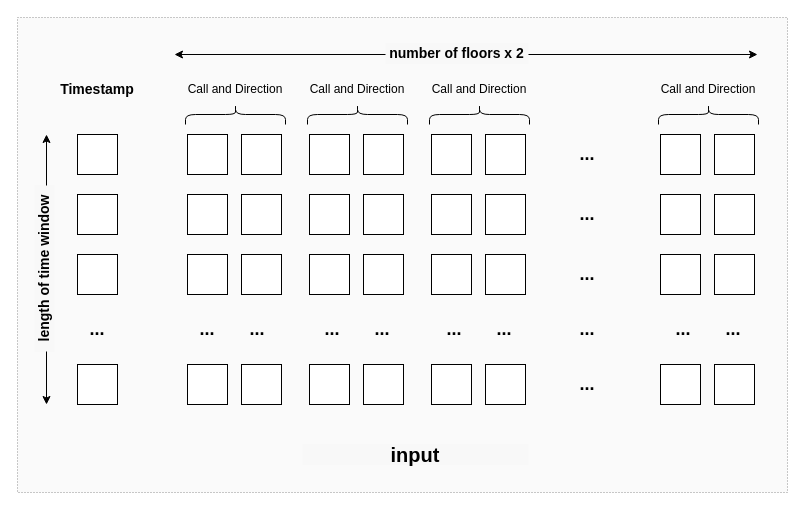
Before: page "第 1 页" (1 of 2) of input.drawio in yeeislazy/TCN_based_predictive_idle_elevator_reposition_system, a draw.io diagram. Source tidied: cells renumbered, new cells numbered last; positions are measured from the earlier drawing's top-left corner, leaving out a move shared by most shapes. Both pictures are drawn from the tidied source at 100%, with x=0, y=0 at pixel (-39, 17).
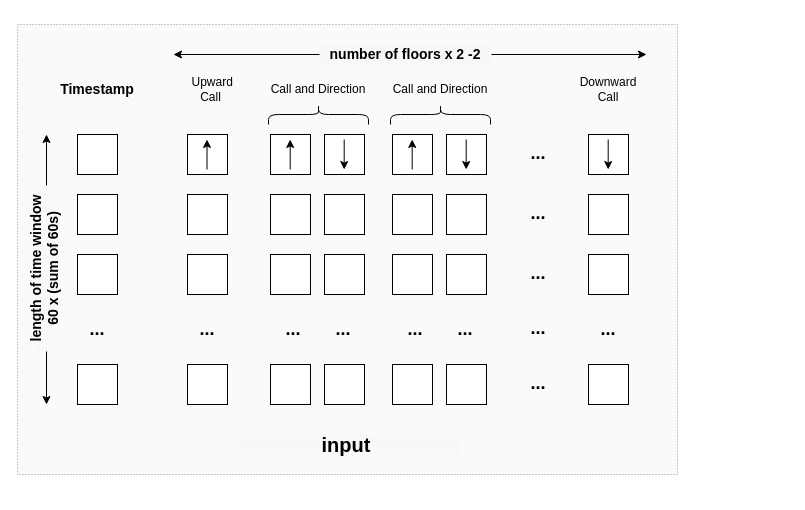
The same diagram, later.

What changed in the source:
```diff
@@
     <mxCell id="2" style="rounded=0;whiteSpace=wrap;html=1;fillColor=light-dark(#f8f8f8, #ededed);fontColor=#333333;strokeColor=#666666;dashed=1;dashPattern=1 2;opacity=70;" parent="1" vertex="1">
-      <mxGeometry x="56" width="770" height="475" as="geometry" />
+      <mxGeometry x="56" y="7" width="660" height="450" as="geometry" />
     </mxCell>
@@
-    <mxCell id="5" style="whiteSpace=wrap;html=1;" parent="1" vertex="1">
-      <mxGeometry x="280" y="117" width="40" height="40" as="geometry" />
-    </mxCell>
-    <mxCell id="6" style="shape=curlyBracket;whiteSpace=wrap;html=1;rounded=1;labelPosition=left;verticalLabelPosition=middle;align=right;verticalAlign=middle;rotation=90;" parent="1" vertex="1">
-      <mxGeometry x="264" y="47" width="20" height="100" as="geometry" />
-    </mxCell>
-    <mxCell id="7" value="Call and Direction" style="text;html=1;whiteSpace=wrap;strokeColor=none;fillColor=none;align=center;verticalAlign=middle;rounded=0;" parent="1" vertex="1">
-      <mxGeometry x="213" y="57" width="122" height="30" as="geometry" />
+    <mxCell id="7" value="&amp;nbsp;Upward Call" style="text;html=1;whiteSpace=wrap;strokeColor=none;fillColor=none;align=center;verticalAlign=middle;rounded=0;" parent="1" vertex="1">
+      <mxGeometry x="223" y="57" width="53" height="30" as="geometry" />
     </mxCell>
     <mxCell id="8" style="whiteSpace=wrap;html=1;" parent="1" vertex="1">
-      <mxGeometry x="348" y="117" width="40" height="40" as="geometry" />
+      <mxGeometry x="309" y="117" width="40" height="40" as="geometry" />
     </mxCell>
     <mxCell id="9" style="whiteSpace=wrap;html=1;" parent="1" vertex="1">
-      <mxGeometry x="402" y="117" width="40" height="40" as="geometry" />
+      <mxGeometry x="363" y="117" width="40" height="40" as="geometry" />
     </mxCell>
     <mxCell id="10" style="shape=curlyBracket;whiteSpace=wrap;html=1;rounded=1;labelPosition=left;verticalLabelPosition=middle;align=right;verticalAlign=middle;rotation=90;" parent="1" vertex="1">
-      <mxGeometry x="386" y="47" width="20" height="100" as="geometry" />
+      <mxGeometry x="347" y="47" width="20" height="100" as="geometry" />
     </mxCell>
     <mxCell id="11" value="Call and Direction" style="text;html=1;whiteSpace=wrap;strokeColor=none;fillColor=none;align=center;verticalAlign=middle;rounded=0;" parent="1" vertex="1">
-      <mxGeometry x="335" y="57" width="122" height="30" as="geometry" />
+      <mxGeometry x="296" y="57" width="122" height="30" as="geometry" />
     </mxCell>
     <mxCell id="12" value="&lt;font style=&quot;font-size: 18px;&quot;&gt;...&lt;/font&gt;" style="text;html=1;whiteSpace=wrap;strokeColor=none;fillColor=none;align=center;verticalAlign=middle;rounded=0;fontStyle=1;" parent="1" vertex="1">
-      <mxGeometry x="596" y="122" width="60" height="30" as="geometry" />
+      <mxGeometry x="547" y="121" width="60" height="30" as="geometry" />
     </mxCell>
     <mxCell id="13" style="whiteSpace=wrap;html=1;" parent="1" vertex="1">
-      <mxGeometry x="699" y="117" width="40" height="40" as="geometry" />
+      <mxGeometry x="627" y="117" width="40" height="40" as="geometry" />
     </mxCell>
-    <mxCell id="14" style="whiteSpace=wrap;html=1;" parent="1" vertex="1">
-      <mxGeometry x="753" y="117" width="40" height="40" as="geometry" />
-    </mxCell>
-    <mxCell id="15" style="shape=curlyBracket;whiteSpace=wrap;html=1;rounded=1;labelPosition=left;verticalLabelPosition=middle;align=right;verticalAlign=middle;rotation=90;" parent="1" vertex="1">
-      <mxGeometry x="737" y="47" width="20" height="100" as="geometry" />
-    </mxCell>
-    <mxCell id="16" value="Call and Direction" style="text;html=1;whiteSpace=wrap;strokeColor=none;fillColor=none;align=center;verticalAlign=middle;rounded=0;" parent="1" vertex="1">
-      <mxGeometry x="686" y="57" width="122" height="30" as="geometry" />
+    <mxCell id="16" value="Downward Call" style="text;html=1;whiteSpace=wrap;strokeColor=none;fillColor=none;align=center;verticalAlign=middle;rounded=0;" parent="1" vertex="1">
+      <mxGeometry x="617" y="57" width="60" height="30" as="geometry" />
     </mxCell>
     <mxCell id="17" style="endArrow=classic;startArrow=classic;html=1;rounded=0;exitX=0;exitY=0;exitDx=0;exitDy=0;" parent="1" edge="1">
       <mxGeometry relative="1" as="geometry">
-        <mxPoint x="213" y="37" as="sourcePoint" />
-        <mxPoint x="796" y="37" as="targetPoint" />
+        <mxPoint x="212" y="37" as="sourcePoint" />
+        <mxPoint x="685" y="37" as="targetPoint" />
       </mxGeometry>
     </mxCell>
     <mxCell id="18" style="whiteSpace=wrap;html=1;" parent="1" vertex="1">
-      <mxGeometry x="470" y="117" width="40" height="40" as="geometry" />
+      <mxGeometry x="431" y="117" width="40" height="40" as="geometry" />
     </mxCell>
     <mxCell id="19" style="whiteSpace=wrap;html=1;" parent="1" vertex="1">
-      <mxGeometry x="524" y="117" width="40" height="40" as="geometry" />
+      <mxGeometry x="485" y="117" width="40" height="40" as="geometry" />
     </mxCell>
     <mxCell id="20" style="shape=curlyBracket;whiteSpace=wrap;html=1;rounded=1;labelPosition=left;verticalLabelPosition=middle;align=right;verticalAlign=middle;rotation=90;" parent="1" vertex="1">
-      <mxGeometry x="508" y="47" width="20" height="100" as="geometry" />
+      <mxGeometry x="469" y="47" width="20" height="100" as="geometry" />
     </mxCell>
     <mxCell id="21" value="Call and Direction" style="text;html=1;whiteSpace=wrap;strokeColor=none;fillColor=none;align=center;verticalAlign=middle;rounded=0;" parent="1" vertex="1">
-      <mxGeometry x="457" y="57" width="122" height="30" as="geometry" />
+      <mxGeometry x="418" y="57" width="122" height="30" as="geometry" />
     </mxCell>
@@
-    <mxCell id="24" style="whiteSpace=wrap;html=1;" parent="1" vertex="1">
-      <mxGeometry x="280" y="177" width="40" height="40" as="geometry" />
-    </mxCell>
     <mxCell id="25" style="whiteSpace=wrap;html=1;" parent="1" vertex="1">
-      <mxGeometry x="348" y="177" width="40" height="40" as="geometry" />
+      <mxGeometry x="309" y="177" width="40" height="40" as="geometry" />
     </mxCell>
     <mxCell id="26" style="whiteSpace=wrap;html=1;" parent="1" vertex="1">
-      <mxGeometry x="402" y="177" width="40" height="40" as="geometry" />
+      <mxGeometry x="363" y="177" width="40" height="40" as="geometry" />
     </mxCell>
     <mxCell id="27" value="&lt;font style=&quot;font-size: 18px;&quot;&gt;...&lt;/font&gt;" style="text;html=1;whiteSpace=wrap;strokeColor=none;fillColor=none;align=center;verticalAlign=middle;rounded=0;fontStyle=1;" parent="1" vertex="1">
-      <mxGeometry x="596" y="182" width="60" height="30" as="geometry" />
+      <mxGeometry x="547" y="181" width="60" height="30" as="geometry" />
     </mxCell>
     <mxCell id="28" style="whiteSpace=wrap;html=1;" parent="1" vertex="1">
-      <mxGeometry x="699" y="177" width="40" height="40" as="geometry" />
+      <mxGeometry x="627" y="177" width="40" height="40" as="geometry" />
     </mxCell>
-    <mxCell id="29" style="whiteSpace=wrap;html=1;" parent="1" vertex="1">
-      <mxGeometry x="753" y="177" width="40" height="40" as="geometry" />
-    </mxCell>
     <mxCell id="30" style="whiteSpace=wrap;html=1;" parent="1" vertex="1">
-      <mxGeometry x="470" y="177" width="40" height="40" as="geometry" />
+      <mxGeometry x="431" y="177" width="40" height="40" as="geometry" />
     </mxCell>
     <mxCell id="31" style="whiteSpace=wrap;html=1;" parent="1" vertex="1">
-      <mxGeometry x="524" y="177" width="40" height="40" as="geometry" />
+      <mxGeometry x="485" y="177" width="40" height="40" as="geometry" />
     </mxCell>
@@
-    <mxCell id="34" style="whiteSpace=wrap;html=1;" parent="1" vertex="1">
-      <mxGeometry x="280" y="237" width="40" height="40" as="geometry" />
-    </mxCell>
     <mxCell id="35" style="whiteSpace=wrap;html=1;" parent="1" vertex="1">
-      <mxGeometry x="348" y="237" width="40" height="40" as="geometry" />
+      <mxGeometry x="309" y="237" width="40" height="40" as="geometry" />
     </mxCell>
     <mxCell id="36" style="whiteSpace=wrap;html=1;" parent="1" vertex="1">
-      <mxGeometry x="402" y="237" width="40" height="40" as="geometry" />
+      <mxGeometry x="363" y="237" width="40" height="40" as="geometry" />
     </mxCell>
     <mxCell id="37" value="&lt;font style=&quot;font-size: 18px;&quot;&gt;...&lt;/font&gt;" style="text;html=1;whiteSpace=wrap;strokeColor=none;fillColor=none;align=center;verticalAlign=middle;rounded=0;fontStyle=1;" parent="1" vertex="1">
-      <mxGeometry x="596" y="242" width="60" height="30" as="geometry" />
+      <mxGeometry x="547" y="241" width="60" height="30" as="geometry" />
     </mxCell>
     <mxCell id="38" style="whiteSpace=wrap;html=1;" parent="1" vertex="1">
-      <mxGeometry x="699" y="237" width="40" height="40" as="geometry" />
+      <mxGeometry x="627" y="237" width="40" height="40" as="geometry" />
     </mxCell>
-    <mxCell id="39" style="whiteSpace=wrap;html=1;" parent="1" vertex="1">
-      <mxGeometry x="753" y="237" width="40" height="40" as="geometry" />
-    </mxCell>
     <mxCell id="40" style="whiteSpace=wrap;html=1;" parent="1" vertex="1">
-      <mxGeometry x="470" y="237" width="40" height="40" as="geometry" />
+      <mxGeometry x="431" y="237" width="40" height="40" as="geometry" />
     </mxCell>
     <mxCell id="41" style="whiteSpace=wrap;html=1;" parent="1" vertex="1">
-      <mxGeometry x="524" y="237" width="40" height="40" as="geometry" />
+      <mxGeometry x="485" y="237" width="40" height="40" as="geometry" />
     </mxCell>
@@
-    <mxCell id="44" value="&lt;font style=&quot;font-size: 18px;&quot;&gt;...&lt;/font&gt;" style="text;html=1;whiteSpace=wrap;strokeColor=none;fillColor=none;align=center;verticalAlign=middle;rounded=0;fontStyle=1;" parent="1" vertex="1">
-      <mxGeometry x="266" y="297" width="60" height="30" as="geometry" />
-    </mxCell>
     <mxCell id="45" value="&lt;font style=&quot;font-size: 18px;&quot;&gt;...&lt;/font&gt;" style="text;html=1;whiteSpace=wrap;strokeColor=none;fillColor=none;align=center;verticalAlign=middle;rounded=0;fontStyle=1;" parent="1" vertex="1">
-      <mxGeometry x="341" y="297" width="60" height="30" as="geometry" />
+      <mxGeometry x="302" y="297" width="60" height="30" as="geometry" />
     </mxCell>
     <mxCell id="46" value="&lt;font style=&quot;font-size: 18px;&quot;&gt;...&lt;/font&gt;" style="text;html=1;whiteSpace=wrap;strokeColor=none;fillColor=none;align=center;verticalAlign=middle;rounded=0;fontStyle=1;" parent="1" vertex="1">
-      <mxGeometry x="391" y="297" width="60" height="30" as="geometry" />
+      <mxGeometry x="352" y="297" width="60" height="30" as="geometry" />
     </mxCell>
     <mxCell id="47" value="&lt;font style=&quot;font-size: 18px;&quot;&gt;...&lt;/font&gt;" style="text;html=1;whiteSpace=wrap;strokeColor=none;fillColor=none;align=center;verticalAlign=middle;rounded=0;fontStyle=1;" parent="1" vertex="1">
-      <mxGeometry x="463" y="297" width="60" height="30" as="geometry" />
+      <mxGeometry x="424" y="297" width="60" height="30" as="geometry" />
     </mxCell>
     <mxCell id="48" value="&lt;font style=&quot;font-size: 18px;&quot;&gt;...&lt;/font&gt;" style="text;html=1;whiteSpace=wrap;strokeColor=none;fillColor=none;align=center;verticalAlign=middle;rounded=0;fontStyle=1;" parent="1" vertex="1">
-      <mxGeometry x="513" y="297" width="60" height="30" as="geometry" />
+      <mxGeometry x="474" y="297" width="60" height="30" as="geometry" />
     </mxCell>
     <mxCell id="49" value="&lt;font style=&quot;font-size: 18px;&quot;&gt;...&lt;/font&gt;" style="text;html=1;whiteSpace=wrap;strokeColor=none;fillColor=none;align=center;verticalAlign=middle;rounded=0;fontStyle=1;" parent="1" vertex="1">
-      <mxGeometry x="692" y="297" width="60" height="30" as="geometry" />
+      <mxGeometry x="617" y="297" width="60" height="30" as="geometry" />
     </mxCell>
-    <mxCell id="50" value="&lt;font style=&quot;font-size: 18px;&quot;&gt;...&lt;/font&gt;" style="text;html=1;whiteSpace=wrap;strokeColor=none;fillColor=none;align=center;verticalAlign=middle;rounded=0;fontStyle=1;" parent="1" vertex="1">
-      <mxGeometry x="742" y="297" width="60" height="30" as="geometry" />
-    </mxCell>
     <mxCell id="51" value="&lt;font style=&quot;font-size: 18px;&quot;&gt;...&lt;/font&gt;" style="text;html=1;whiteSpace=wrap;strokeColor=none;fillColor=none;align=center;verticalAlign=middle;rounded=0;fontStyle=1;" parent="1" vertex="1">
-      <mxGeometry x="596" y="297" width="60" height="30" as="geometry" />
+      <mxGeometry x="547" y="296" width="60" height="30" as="geometry" />
     </mxCell>
@@
-    <mxCell id="54" style="whiteSpace=wrap;html=1;" parent="1" vertex="1">
-      <mxGeometry x="280" y="347" width="40" height="40" as="geometry" />
-    </mxCell>
     <mxCell id="55" style="whiteSpace=wrap;html=1;" parent="1" vertex="1">
-      <mxGeometry x="348" y="347" width="40" height="40" as="geometry" />
+      <mxGeometry x="309" y="347" width="40" height="40" as="geometry" />
     </mxCell>
     <mxCell id="56" style="whiteSpace=wrap;html=1;" parent="1" vertex="1">
-      <mxGeometry x="402" y="347" width="40" height="40" as="geometry" />
+      <mxGeometry x="363" y="347" width="40" height="40" as="geometry" />
     </mxCell>
     <mxCell id="57" value="&lt;font style=&quot;font-size: 18px;&quot;&gt;...&lt;/font&gt;" style="text;html=1;whiteSpace=wrap;strokeColor=none;fillColor=none;align=center;verticalAlign=middle;rounded=0;fontStyle=1;" parent="1" vertex="1">
-      <mxGeometry x="596" y="352" width="60" height="30" as="geometry" />
+      <mxGeometry x="547" y="351" width="60" height="30" as="geometry" />
     </mxCell>
     <mxCell id="58" style="whiteSpace=wrap;html=1;" parent="1" vertex="1">
-      <mxGeometry x="699" y="347" width="40" height="40" as="geometry" />
+      <mxGeometry x="627" y="347" width="40" height="40" as="geometry" />
     </mxCell>
-    <mxCell id="59" style="whiteSpace=wrap;html=1;" parent="1" vertex="1">
-      <mxGeometry x="753" y="347" width="40" height="40" as="geometry" />
-    </mxCell>
     <mxCell id="60" style="whiteSpace=wrap;html=1;" parent="1" vertex="1">
-      <mxGeometry x="470" y="347" width="40" height="40" as="geometry" />
+      <mxGeometry x="431" y="347" width="40" height="40" as="geometry" />
     </mxCell>
     <mxCell id="61" style="whiteSpace=wrap;html=1;" parent="1" vertex="1">
-      <mxGeometry x="524" y="347" width="40" height="40" as="geometry" />
+      <mxGeometry x="485" y="347" width="40" height="40" as="geometry" />
     </mxCell>
@@
-    <mxCell id="63" value="&lt;b&gt;&lt;font style=&quot;font-size: 14px;&quot;&gt;number of floors x 2&lt;/font&gt;&lt;/b&gt;" style="rounded=0;whiteSpace=wrap;html=1;strokeColor=none;fillColor=light-dark(#f8f8f8, #ededed);" parent="1" vertex="1">
-      <mxGeometry x="424" y="26" width="143" height="20" as="geometry" />
+    <mxCell id="63" value="&lt;b&gt;&lt;font style=&quot;font-size: 14px;&quot;&gt;number of floors x 2 -2&lt;/font&gt;&lt;/b&gt;" style="rounded=0;whiteSpace=wrap;html=1;strokeColor=none;fillColor=light-dark(#f8f8f8, #ededed);" parent="1" vertex="1">
+      <mxGeometry x="358" y="27" width="172" height="20" as="geometry" />
     </mxCell>
-    <mxCell id="64" value="&lt;b&gt;&lt;font style=&quot;font-size: 14px;&quot;&gt;length of time window&lt;/font&gt;&lt;/b&gt;" style="rounded=0;whiteSpace=wrap;html=1;strokeColor=none;rotation=-90;fillColor=light-dark(#f8f8f8, #ededed);" parent="1" vertex="1">
+    <mxCell id="64" value="&lt;b&gt;&lt;font style=&quot;font-size: 14px;&quot;&gt;length of time window 60 x (sum of 60&lt;/font&gt;&lt;/b&gt;&lt;b style=&quot;background-color: transparent; color: light-dark(rgb(0, 0, 0), rgb(255, 255, 255));&quot;&gt;&lt;font style=&quot;font-size: 14px;&quot;&gt;s)&lt;/font&gt;&lt;/b&gt;" style="rounded=0;whiteSpace=wrap;html=1;strokeColor=none;rotation=-90;fillColor=light-dark(#f8f8f8, #ededed);" parent="1" vertex="1">
       <mxGeometry y="241" width="166" height="20" as="geometry" />
     </mxCell>
@@
     <mxCell id="66" value="&lt;b&gt;&lt;font style=&quot;font-size: 20px;&quot;&gt;input&lt;/font&gt;&lt;/b&gt;" style="rounded=0;whiteSpace=wrap;html=1;strokeColor=none;rotation=0;fillColor=light-dark(#f8f8f8, #ededed);" parent="1" vertex="1">
-      <mxGeometry x="341" y="427" width="226.1" height="20" as="geometry" />
+      <mxGeometry x="272.4" y="417" width="226.1" height="20" as="geometry" />
     </mxCell>
+    <mxCell id="67" style="endArrow=classic;html=1;rounded=0;" parent="1" edge="1">
+      <mxGeometry relative="1" as="geometry">
+        <mxPoint x="245.5" y="152" as="sourcePoint" />
+        <mxPoint x="245.5" y="122" as="targetPoint" />
+      </mxGeometry>
+    </mxCell>
+    <mxCell id="68" style="endArrow=classic;html=1;rounded=0;" parent="1" edge="1">
+      <mxGeometry relative="1" as="geometry">
+        <mxPoint x="328.7" y="152" as="sourcePoint" />
+        <mxPoint x="328.7" y="122" as="targetPoint" />
+      </mxGeometry>
+    </mxCell>
+    <mxCell id="69" style="endArrow=classic;html=1;rounded=0;" parent="1" edge="1">
+      <mxGeometry relative="1" as="geometry">
+        <mxPoint x="450.7" y="152" as="sourcePoint" />
+        <mxPoint x="450.7" y="122" as="targetPoint" />
+      </mxGeometry>
+    </mxCell>
+    <mxCell id="70" style="endArrow=classic;html=1;rounded=0;" parent="1" edge="1">
+      <mxGeometry relative="1" as="geometry">
+        <mxPoint x="382.7" y="122" as="sourcePoint" />
+        <mxPoint x="382.7" y="152" as="targetPoint" />
+      </mxGeometry>
+    </mxCell>
+    <mxCell id="71" style="endArrow=classic;html=1;rounded=0;" parent="1" edge="1">
+      <mxGeometry relative="1" as="geometry">
+        <mxPoint x="646.7" y="122" as="sourcePoint" />
+        <mxPoint x="646.7" y="152" as="targetPoint" />
+      </mxGeometry>
+    </mxCell>
+    <mxCell id="72" style="endArrow=classic;html=1;rounded=0;" parent="1" edge="1">
+      <mxGeometry relative="1" as="geometry">
+        <mxPoint x="504.7" y="122" as="sourcePoint" />
+        <mxPoint x="504.7" y="152" as="targetPoint" />
+      </mxGeometry>
+    </mxCell>
```
